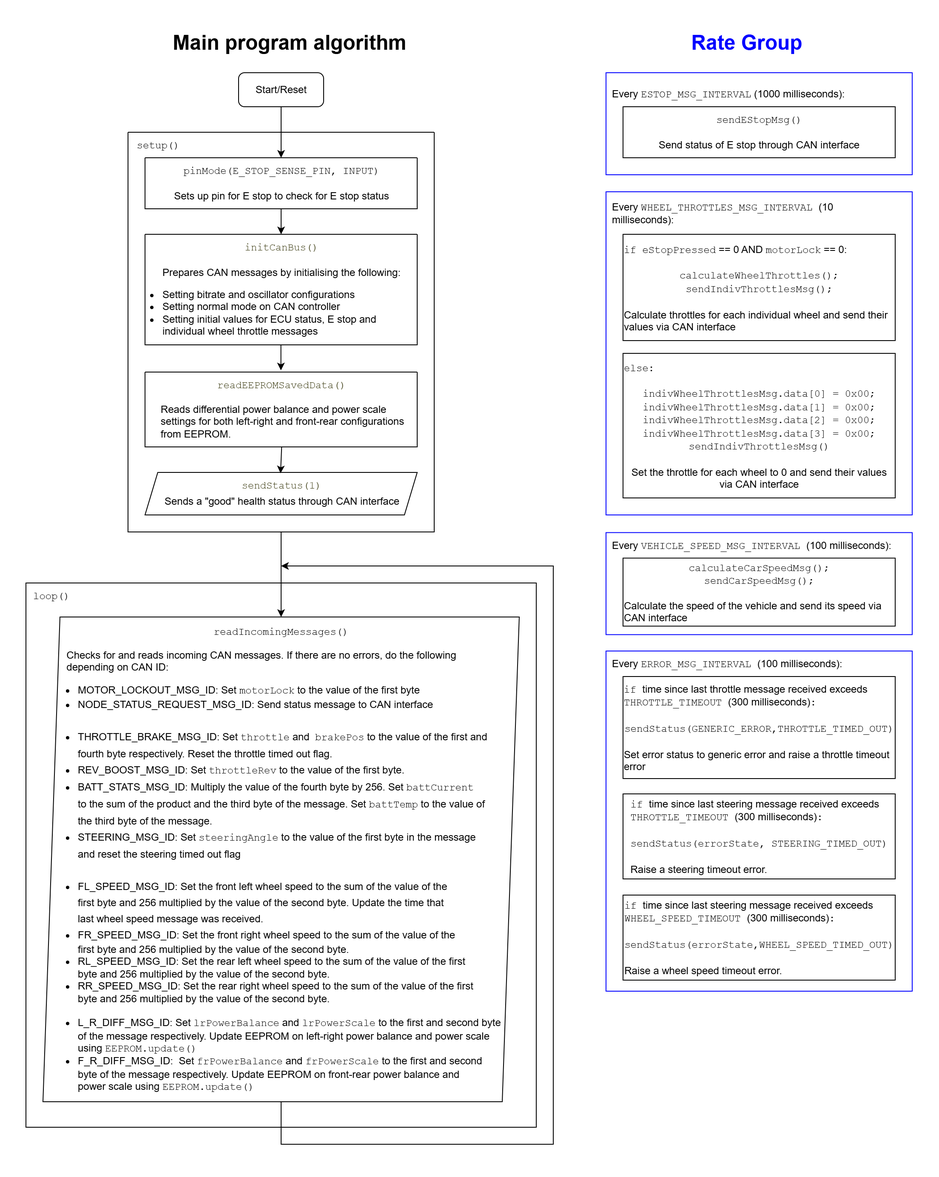
The draw.io diagram docs/Explanations/img/EngineControlUnit.drawio.png in EV-Club-SUTD/evam-1-firmware, before a commit. Source tidied: cells renumbered, new cells last; positions are measured from the earlier drawing's top-left corner, leaving out a move shared by most shapes.
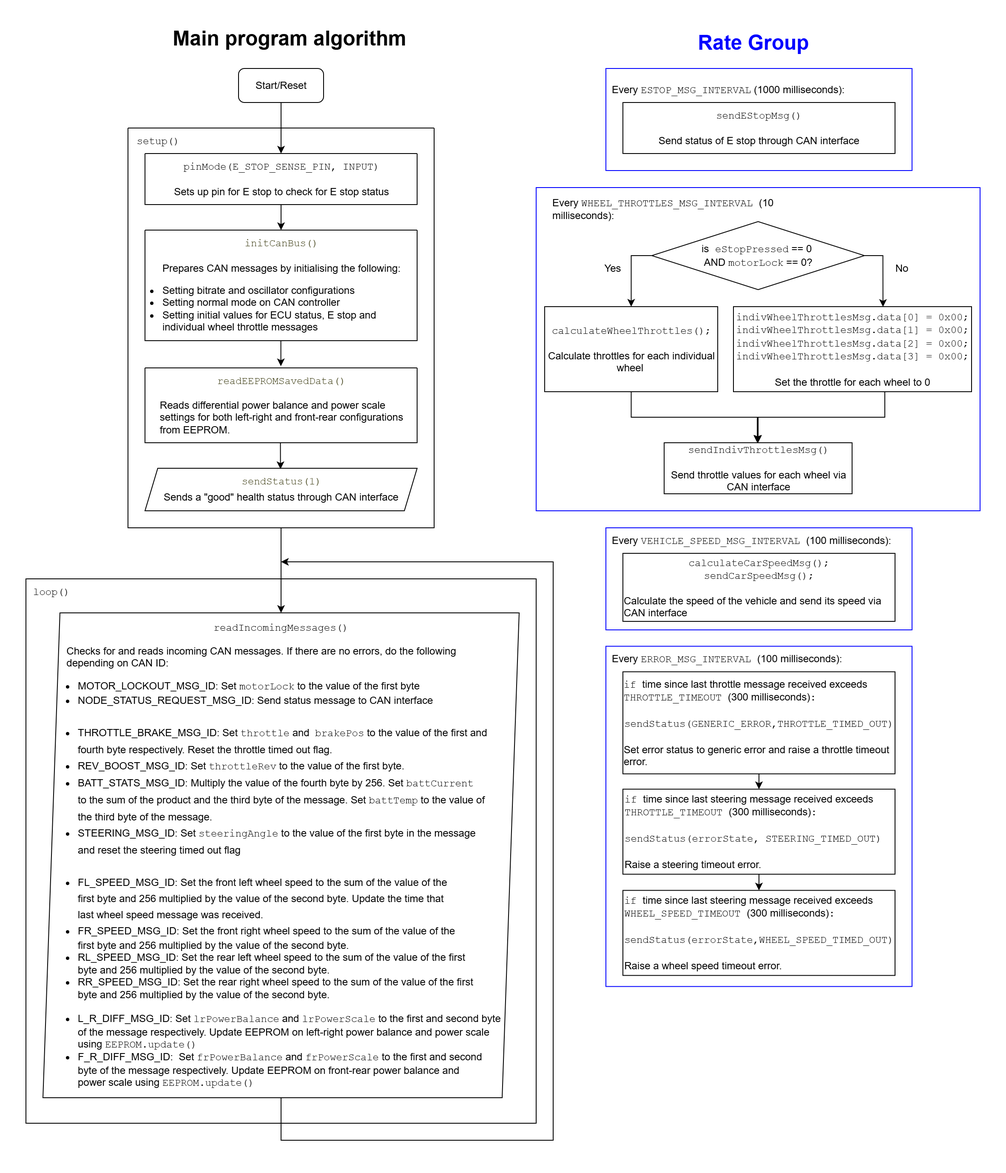
After the commit.

Commit message:
modified ECU flowchart

Change to the diagram source:
```diff
@@ -98,7 +98,7 @@
       <mxGeometry x="682" y="55" width="360" height="120" as="geometry" />
     </mxCell>
     <mxCell id="27" value="&lt;b&gt;&lt;font style=&quot;color: rgb(0, 0, 255); font-size: 24px;&quot;&gt;Rate Group&lt;/font&gt;&lt;/b&gt;" style="text;html=1;align=center;verticalAlign=middle;strokeColor=none;fillColor=none;" parent="1" vertex="1">
-      <mxGeometry x="772" width="150" height="40" as="geometry" />
+      <mxGeometry x="779.5" y="5" width="150" height="40" as="geometry" />
     </mxCell>
     <mxCell id="28" value="&lt;font face=&quot;Courier New&quot;&gt;sendEStopMsg()&lt;/font&gt;&lt;div&gt;&lt;br&gt;&lt;/div&gt;&lt;div&gt;Send status of E stop through CAN interface&lt;/div&gt;" style="rounded=0;whiteSpace=wrap;html=1;fillColor=none;" parent="1" vertex="1">
       <mxGeometry x="702" y="95" width="320" height="60" as="geometry" />
@@ -106,44 +106,84 @@
     <mxCell id="29" value="Every&amp;nbsp;&lt;font face=&quot;Courier New&quot;&gt;ESTOP_MSG_INTERVAL&lt;/font&gt; (1000 milliseconds):" style="text;html=1;align=left;verticalAlign=middle;whiteSpace=wrap;rounded=0;" parent="1" vertex="1">
       <mxGeometry x="687" y="65" width="310" height="30" as="geometry" />
     </mxCell>
-    <mxCell id="30" value="&lt;div style=&quot;&quot;&gt;&lt;br&gt;&lt;/div&gt;" style="rounded=0;whiteSpace=wrap;html=1;fillColor=none;strokeColor=light-dark(#0000FF,#0000FF);align=left;" parent="1" vertex="1">
-      <mxGeometry x="682" y="195" width="360" height="380" as="geometry" />
-    </mxCell>
-    <mxCell id="31" value="&lt;div style=&quot;text-align: left;&quot;&gt;&lt;font face=&quot;Courier New&quot;&gt;if eStopPressed&lt;/font&gt;&amp;nbsp;== 0 AND&amp;nbsp;&lt;font face=&quot;Courier New&quot;&gt;motorLock&lt;/font&gt;&amp;nbsp;== 0:&lt;font face=&quot;Courier New&quot;&gt;&lt;/font&gt;&lt;/div&gt;&lt;div&gt;&lt;font face=&quot;Courier New&quot;&gt;&lt;br&gt;&lt;/font&gt;&lt;/div&gt;&lt;div&gt;&lt;font face=&quot;Courier New&quot;&gt;calculateWheelThrottles();&lt;/font&gt;&lt;/div&gt;&lt;div&gt;&lt;font face=&quot;Courier New&quot;&gt;sendIndivThrottlesMsg();&lt;/font&gt;&lt;/div&gt;&lt;div&gt;&lt;font face=&quot;Courier New&quot;&gt;&lt;br&gt;&lt;/font&gt;&lt;/div&gt;&lt;div style=&quot;text-align: left;&quot;&gt;&lt;span style=&quot;background-color: transparent; color: light-dark(rgb(0, 0, 0), rgb(255, 255, 255));&quot;&gt;Calculate throttles for each individual wheel and send their values via CAN interface&lt;/span&gt;&lt;/div&gt;" style="rounded=0;whiteSpace=wrap;html=1;fillColor=none;" parent="1" vertex="1">
-      <mxGeometry x="702" y="245" width="320" height="125" as="geometry" />
-    </mxCell>
-    <mxCell id="32" value="Every &lt;font face=&quot;Courier New&quot;&gt;WHEEL_THROTTLES_MSG_INTERVAL&amp;nbsp;&lt;/font&gt;(10 milliseconds):&amp;nbsp;" style="text;html=1;align=left;verticalAlign=middle;whiteSpace=wrap;rounded=0;" parent="1" vertex="1">
-      <mxGeometry x="687" y="205" width="335" height="30" as="geometry" />
-    </mxCell>
-    <mxCell id="33" value="&lt;div style=&quot;text-align: left;&quot;&gt;&lt;span style=&quot;font-family: &amp;quot;Courier New&amp;quot;; background-color: transparent; color: light-dark(rgb(0, 0, 0), rgb(255, 255, 255));&quot;&gt;else:&lt;/span&gt;&lt;/div&gt;&lt;div style=&quot;text-align: left;&quot;&gt;&lt;font face=&quot;Courier New&quot;&gt;&lt;br&gt;&lt;/font&gt;&lt;/div&gt;&lt;div&gt;&lt;div style=&quot;&quot;&gt;&lt;font face=&quot;Courier New&quot;&gt;indivWheelThrottlesMsg.data[0] = 0x00;&lt;/font&gt;&lt;/div&gt;&lt;/div&gt;&lt;div style=&quot;&quot;&gt;&lt;span style=&quot;font-family: &amp;quot;Courier New&amp;quot;;&quot;&gt;indivWheelThrottlesMsg.data[1] = 0x00;&lt;/span&gt;&lt;font face=&quot;Courier New&quot;&gt;&lt;/font&gt;&lt;/div&gt;&lt;div style=&quot;&quot;&gt;&lt;span style=&quot;font-family: &amp;quot;Courier New&amp;quot;;&quot;&gt;indivWheelThrottlesMsg.data[2] = 0x00;&lt;/span&gt;&lt;span style=&quot;font-family: &amp;quot;Courier New&amp;quot;;&quot;&gt;&lt;/span&gt;&lt;/div&gt;&lt;div style=&quot;&quot;&gt;&lt;span style=&quot;font-family: &amp;quot;Courier New&amp;quot;;&quot;&gt;indivWheelThrottlesMsg.data[3] = 0x00;&lt;/span&gt;&lt;/div&gt;&lt;div style=&quot;&quot;&gt;&lt;font face=&quot;Courier New&quot;&gt;sendIndivThrottlesMsg()&lt;/font&gt;&lt;/div&gt;&lt;div style=&quot;&quot;&gt;&lt;font face=&quot;Courier New&quot;&gt;&lt;br&gt;&lt;/font&gt;&lt;/div&gt;&lt;div&gt;&lt;span style=&quot;background-color: transparent; color: light-dark(rgb(0, 0, 0), rgb(255, 255, 255));&quot;&gt;Set the throttle for each wheel to 0 and send their values via CAN interface&lt;/span&gt;&lt;/div&gt;" style="rounded=0;whiteSpace=wrap;html=1;fillColor=none;" parent="1" vertex="1">
-      <mxGeometry x="702" y="385" width="320" height="170" as="geometry" />
-    </mxCell>
     <mxCell id="34" value="&lt;div style=&quot;&quot;&gt;&lt;br&gt;&lt;/div&gt;" style="rounded=0;whiteSpace=wrap;html=1;fillColor=none;strokeColor=light-dark(#0000FF,#0000FF);align=left;" parent="1" vertex="1">
-      <mxGeometry x="682" y="595.8" width="360" height="120" as="geometry" />
+      <mxGeometry x="682" y="595" width="360" height="120" as="geometry" />
     </mxCell>
     <mxCell id="35" value="&lt;font face=&quot;Courier New&quot;&gt;calculateCarSpeedMsg();&lt;/font&gt;&lt;div&gt;&lt;font face=&quot;Courier New&quot;&gt;sendCarSpeedMsg();&lt;br&gt;&lt;/font&gt;&lt;div&gt;&lt;br&gt;&lt;/div&gt;&lt;div style=&quot;text-align: left;&quot;&gt;Calculate the speed of the vehicle and send its speed via CAN interface&lt;/div&gt;&lt;/div&gt;" style="rounded=0;whiteSpace=wrap;html=1;fillColor=none;" parent="1" vertex="1">
-      <mxGeometry x="702" y="625.8" width="320" height="80" as="geometry" />
+      <mxGeometry x="702" y="625" width="320" height="80" as="geometry" />
     </mxCell>
     <mxCell id="36" value="Every &lt;font face=&quot;Courier New&quot;&gt;VEHICLE_SPEED_MSG_INTERVAL&amp;nbsp;&lt;/font&gt;(100 milliseconds):" style="text;html=1;align=left;verticalAlign=middle;whiteSpace=wrap;rounded=0;" parent="1" vertex="1">
-      <mxGeometry x="687" y="595.8" width="345" height="30" as="geometry" />
+      <mxGeometry x="687" y="595" width="345" height="30" as="geometry" />
     </mxCell>
     <mxCell id="37" value="&lt;div style=&quot;&quot;&gt;&lt;br&gt;&lt;/div&gt;" style="rounded=0;whiteSpace=wrap;html=1;fillColor=none;strokeColor=light-dark(#0000FF,#0000FF);align=left;" parent="1" vertex="1">
-      <mxGeometry x="682" y="735" width="360" height="400" as="geometry" />
+      <mxGeometry x="682" y="734.2" width="360" height="400" as="geometry" />
     </mxCell>
+    <mxCell id="43" style="edgeStyle=orthogonalEdgeStyle;rounded=0;jettySize=auto;html=1;exitX=0.5;exitY=1;exitDx=0;exitDy=0;entryX=0.5;entryY=0;entryDx=0;entryDy=0;" parent="1" edge="1" source="38" target="40">
+      <mxGeometry relative="1" as="geometry" />
+    </mxCell>
-    <mxCell id="38" value="&lt;div style=&quot;text-align: left;&quot;&gt;&lt;font face=&quot;Courier New&quot;&gt;if &lt;/font&gt;&lt;font face=&quot;Helvetica&quot;&gt;time since last throttle message received exceeds&amp;nbsp;&lt;/font&gt;&lt;/div&gt;&lt;div style=&quot;text-align: left;&quot;&gt;&lt;font face=&quot;Courier New&quot;&gt;THROTTLE_TIMEOUT &lt;/font&gt;&lt;font face=&quot;Helvetica&quot;&gt;(300 milliseconds)&lt;/font&gt;&lt;font face=&quot;Courier New&quot;&gt;:&lt;/font&gt;&lt;font face=&quot;Courier New&quot;&gt;&lt;/font&gt;&lt;/div&gt;&lt;div&gt;&lt;font face=&quot;Courier New&quot;&gt;&lt;br&gt;&lt;/font&gt;&lt;/div&gt;&lt;div&gt;&lt;font face=&quot;Courier New&quot;&gt;sendStatus(GENERIC_ERROR,THROTTLE_TIMED_OUT)&lt;/font&gt;&lt;/div&gt;&lt;div&gt;&lt;font face=&quot;Courier New&quot;&gt;&lt;br&gt;&lt;/font&gt;&lt;/div&gt;&lt;div style=&quot;text-align: left;&quot;&gt;&lt;span style=&quot;background-color: transparent; color: light-dark(rgb(0, 0, 0), rgb(255, 255, 255));&quot;&gt;Set error status to generic error and raise a throttle timeout error&lt;/span&gt;&lt;/div&gt;" style="rounded=0;whiteSpace=wrap;html=1;fillColor=none;" parent="1" vertex="1">
-      <mxGeometry x="702" y="765" width="320" height="120" as="geometry" />
+    <mxCell id="38" value="&lt;div style=&quot;text-align: left;&quot;&gt;&lt;font face=&quot;Courier New&quot;&gt;if &lt;/font&gt;&lt;font face=&quot;Helvetica&quot;&gt;time since last throttle message received exceeds&amp;nbsp;&lt;/font&gt;&lt;/div&gt;&lt;div style=&quot;text-align: left;&quot;&gt;&lt;font face=&quot;Courier New&quot;&gt;THROTTLE_TIMEOUT &lt;/font&gt;&lt;font face=&quot;Helvetica&quot;&gt;(300 milliseconds)&lt;/font&gt;&lt;font face=&quot;Courier New&quot;&gt;:&lt;/font&gt;&lt;font face=&quot;Courier New&quot;&gt;&lt;/font&gt;&lt;/div&gt;&lt;div&gt;&lt;font face=&quot;Courier New&quot;&gt;&lt;br&gt;&lt;/font&gt;&lt;/div&gt;&lt;div&gt;&lt;font face=&quot;Courier New&quot;&gt;sendStatus(GENERIC_ERROR,THROTTLE_TIMED_OUT)&lt;/font&gt;&lt;/div&gt;&lt;div&gt;&lt;font face=&quot;Courier New&quot;&gt;&lt;br&gt;&lt;/font&gt;&lt;/div&gt;&lt;div style=&quot;text-align: left;&quot;&gt;&lt;span style=&quot;background-color: transparent; color: light-dark(rgb(0, 0, 0), rgb(255, 255, 255));&quot;&gt;Set error status to generic error and raise a throttle timeout error.&lt;/span&gt;&lt;/div&gt;" style="rounded=0;whiteSpace=wrap;html=1;fillColor=none;" parent="1" vertex="1">
+      <mxGeometry x="702" y="764.2" width="320" height="120" as="geometry" />
     </mxCell>
     <mxCell id="39" value="Every&amp;nbsp;&lt;font face=&quot;Courier New&quot;&gt;ERROR_MSG_INTERVAL&amp;nbsp;&lt;/font&gt;(100 milliseconds):&amp;nbsp;" style="text;html=1;align=left;verticalAlign=middle;whiteSpace=wrap;rounded=0;" parent="1" vertex="1">
-      <mxGeometry x="687" y="735" width="335" height="30" as="geometry" />
+      <mxGeometry x="687" y="734.2" width="335" height="30" as="geometry" />
     </mxCell>
+    <mxCell id="44" style="edgeStyle=orthogonalEdgeStyle;rounded=0;jettySize=auto;html=1;exitX=0.5;exitY=1;exitDx=0;exitDy=0;entryX=0.5;entryY=0;entryDx=0;entryDy=0;" parent="1" edge="1" source="40" target="41">
+      <mxGeometry relative="1" as="geometry" />
+    </mxCell>
-    <mxCell id="40" value="&lt;div style=&quot;text-align: left;&quot;&gt;&lt;div&gt;&lt;font face=&quot;Courier New&quot;&gt;if&amp;nbsp;&lt;/font&gt;&lt;font face=&quot;Helvetica&quot;&gt;time since last steering message received exceeds&amp;nbsp;&lt;/font&gt;&lt;/div&gt;&lt;div&gt;&lt;font face=&quot;Courier New&quot;&gt;THROTTLE_TIMEOUT&amp;nbsp;&lt;/font&gt;&lt;font face=&quot;Helvetica&quot;&gt;(300 milliseconds)&lt;/font&gt;&lt;font face=&quot;Courier New&quot;&gt;:&lt;/font&gt;&lt;font face=&quot;Courier New&quot;&gt;&lt;/font&gt;&lt;/div&gt;&lt;div style=&quot;text-align: center;&quot;&gt;&lt;font face=&quot;Courier New&quot;&gt;&lt;br&gt;&lt;/font&gt;&lt;/div&gt;&lt;div style=&quot;text-align: center;&quot;&gt;&lt;font face=&quot;Courier New&quot;&gt;sendStatus(errorState, STEERING_TIMED_OUT)&lt;/font&gt;&lt;/div&gt;&lt;div style=&quot;text-align: center;&quot;&gt;&lt;font face=&quot;Courier New&quot;&gt;&lt;br&gt;&lt;/font&gt;&lt;/div&gt;&lt;div&gt;&lt;span style=&quot;background-color: transparent; color: light-dark(rgb(0, 0, 0), rgb(255, 255, 255));&quot;&gt;Raise a steering timeout error.&lt;/span&gt;&lt;/div&gt;&lt;/div&gt;" style="rounded=0;whiteSpace=wrap;html=1;fillColor=none;" parent="1" vertex="1">
-      <mxGeometry x="702" y="903" width="320" height="100" as="geometry" />
+    <mxCell id="40" value="&lt;div style=&quot;&quot;&gt;&lt;div&gt;&lt;font face=&quot;Courier New&quot;&gt;if&amp;nbsp;&lt;/font&gt;&lt;font face=&quot;Helvetica&quot;&gt;time since last steering message received exceeds&amp;nbsp;&lt;/font&gt;&lt;/div&gt;&lt;div&gt;&lt;font face=&quot;Courier New&quot;&gt;THROTTLE_TIMEOUT&amp;nbsp;&lt;/font&gt;&lt;font face=&quot;Helvetica&quot;&gt;(300 milliseconds)&lt;/font&gt;&lt;font face=&quot;Courier New&quot;&gt;:&lt;/font&gt;&lt;font face=&quot;Courier New&quot;&gt;&lt;/font&gt;&lt;/div&gt;&lt;div style=&quot;&quot;&gt;&lt;font face=&quot;Courier New&quot;&gt;&lt;br&gt;&lt;/font&gt;&lt;/div&gt;&lt;div style=&quot;&quot;&gt;&lt;font face=&quot;Courier New&quot;&gt;sendStatus(errorState, STEERING_TIMED_OUT)&lt;/font&gt;&lt;/div&gt;&lt;div style=&quot;&quot;&gt;&lt;font face=&quot;Courier New&quot;&gt;&lt;br&gt;&lt;/font&gt;&lt;/div&gt;&lt;div&gt;&lt;span style=&quot;background-color: transparent; color: light-dark(rgb(0, 0, 0), rgb(255, 255, 255));&quot;&gt;Raise a steering timeout error.&lt;/span&gt;&lt;/div&gt;&lt;/div&gt;" style="rounded=0;whiteSpace=wrap;html=1;fillColor=none;align=left;" parent="1" vertex="1">
+      <mxGeometry x="702" y="902.2" width="320" height="100" as="geometry" />
     </mxCell>
     <mxCell id="41" value="&lt;div style=&quot;text-align: left;&quot;&gt;&lt;div&gt;&lt;font face=&quot;Courier New&quot;&gt;if&amp;nbsp;&lt;/font&gt;&lt;font face=&quot;Helvetica&quot;&gt;time since last steering message received exceeds&amp;nbsp;&lt;/font&gt;&lt;/div&gt;&lt;div&gt;&lt;span style=&quot;background-color: transparent;&quot;&gt;&lt;font face=&quot;Courier New&quot;&gt;WHEEL_SPEED_TIMEOUT&amp;nbsp;&lt;/font&gt;&lt;/span&gt;&lt;font face=&quot;Helvetica&quot;&gt;(300 milliseconds)&lt;/font&gt;&lt;font face=&quot;Courier New&quot;&gt;:&lt;/font&gt;&lt;font face=&quot;Courier New&quot;&gt;&lt;/font&gt;&lt;/div&gt;&lt;div style=&quot;text-align: center;&quot;&gt;&lt;font face=&quot;Courier New&quot;&gt;&lt;br&gt;&lt;/font&gt;&lt;/div&gt;&lt;div style=&quot;text-align: center;&quot;&gt;&lt;font face=&quot;Courier New&quot;&gt;sendStatus(errorState,WHEEL_SPEED_TIMED_OUT)&lt;/font&gt;&lt;/div&gt;&lt;div style=&quot;text-align: center;&quot;&gt;&lt;font face=&quot;Courier New&quot;&gt;&lt;br&gt;&lt;/font&gt;&lt;/div&gt;&lt;div&gt;&lt;span style=&quot;background-color: transparent; color: light-dark(rgb(0, 0, 0), rgb(255, 255, 255));&quot;&gt;Raise a wheel speed timeout error.&lt;/span&gt;&lt;/div&gt;&lt;/div&gt;" style="rounded=0;whiteSpace=wrap;html=1;fillColor=none;" parent="1" vertex="1">
-      <mxGeometry x="702" y="1022" width="320" height="100" as="geometry" />
+      <mxGeometry x="702" y="1021.2" width="320" height="100" as="geometry" />
     </mxCell>
     <mxCell id="42" value="&lt;b&gt;&lt;font style=&quot;font-size: 24px;&quot;&gt;Main program algorithm&lt;/font&gt;&lt;/b&gt;" style="text;html=1;align=center;verticalAlign=middle;whiteSpace=wrap;rounded=0;" parent="1" vertex="1">
       <mxGeometry x="170" y="5" width="280" height="30" as="geometry" />
     </mxCell>
+    <mxCell id="45" style="group;" parent="1" vertex="1">
+      <mxGeometry x="600" y="195" width="522" height="380" as="geometry" />
+    </mxCell>
+    <mxCell id="30" value="&lt;div style=&quot;&quot;&gt;&lt;br&gt;&lt;/div&gt;" style="rounded=0;whiteSpace=wrap;html=1;fillColor=none;strokeColor=light-dark(#0000FF,#0000FF);align=left;" parent="45" vertex="1">
+      <mxGeometry width="522" height="380" as="geometry" />
+    </mxCell>
+    <mxCell id="46" style="edgeStyle=orthogonalEdgeStyle;rounded=0;jettySize=auto;html=1;exitX=0.5;exitY=1;exitDx=0;exitDy=0;entryX=0.5;entryY=0;entryDx=0;entryDy=0;" parent="45" edge="1" source="31" target="53">
+      <mxGeometry relative="1" as="geometry" />
+    </mxCell>
+    <mxCell id="31" value="&lt;div&gt;&lt;span style=&quot;font-family: &amp;quot;Courier New&amp;quot;; background-color: transparent; color: light-dark(rgb(0, 0, 0), rgb(255, 255, 255));&quot;&gt;calculateWheelThrottles();&lt;/span&gt;&lt;/div&gt;&lt;div&gt;&lt;br&gt;&lt;/div&gt;&lt;div style=&quot;&quot;&gt;&lt;span style=&quot;background-color: transparent; color: light-dark(rgb(0, 0, 0), rgb(255, 255, 255));&quot;&gt;Calculate throttles for each individual wheel&amp;nbsp;&lt;/span&gt;&lt;/div&gt;" style="rounded=0;whiteSpace=wrap;html=1;fillColor=none;" parent="45" vertex="1">
+      <mxGeometry x="10" y="140" width="203.5" height="100" as="geometry" />
+    </mxCell>
+    <mxCell id="32" value="Every &lt;font face=&quot;Courier New&quot;&gt;WHEEL_THROTTLES_MSG_INTERVAL&amp;nbsp;&lt;/font&gt;(10 milliseconds):&amp;nbsp;" style="text;html=1;align=left;verticalAlign=middle;whiteSpace=wrap;rounded=0;" parent="45" vertex="1">
+      <mxGeometry x="17" y="10" width="335" height="30" as="geometry" />
+    </mxCell>
+    <mxCell id="47" style="edgeStyle=orthogonalEdgeStyle;rounded=0;jettySize=auto;html=1;exitX=0.5;exitY=1;exitDx=0;exitDy=0;" parent="45" edge="1" source="33">
+      <mxGeometry relative="1" as="geometry">
+        <mxPoint x="260" y="300" as="targetPoint" />
+        <Array as="points">
+          <mxPoint x="410" y="240" />
+          <mxPoint x="410" y="270" />
+          <mxPoint x="260" y="270" />
+        </Array>
+      </mxGeometry>
+    </mxCell>
+    <mxCell id="33" value="&lt;div style=&quot;text-align: left;&quot;&gt;&lt;span style=&quot;font-family: &amp;quot;Courier New&amp;quot;; background-color: transparent; color: light-dark(rgb(0, 0, 0), rgb(255, 255, 255)); text-align: center;&quot;&gt;indivWheelThrottlesMsg.data[0] = 0x00;&lt;/span&gt;&lt;/div&gt;&lt;div style=&quot;&quot;&gt;&lt;span style=&quot;font-family: &amp;quot;Courier New&amp;quot;;&quot;&gt;indivWheelThrottlesMsg.data[1] = 0x00;&lt;/span&gt;&lt;font face=&quot;Courier New&quot;&gt;&lt;/font&gt;&lt;/div&gt;&lt;div style=&quot;&quot;&gt;&lt;span style=&quot;font-family: &amp;quot;Courier New&amp;quot;;&quot;&gt;indivWheelThrottlesMsg.data[2] = 0x00;&lt;/span&gt;&lt;span style=&quot;font-family: &amp;quot;Courier New&amp;quot;;&quot;&gt;&lt;/span&gt;&lt;/div&gt;&lt;div style=&quot;&quot;&gt;&lt;span style=&quot;font-family: &amp;quot;Courier New&amp;quot;;&quot;&gt;indivWheelThrottlesMsg.data[3] = 0x00;&lt;/span&gt;&lt;/div&gt;&lt;div style=&quot;&quot;&gt;&lt;font face=&quot;Courier New&quot;&gt;&lt;br&gt;&lt;/font&gt;&lt;/div&gt;&lt;div&gt;&lt;span style=&quot;background-color: transparent; color: light-dark(rgb(0, 0, 0), rgb(255, 255, 255));&quot;&gt;Set the throttle for each wheel to 0&lt;/span&gt;&lt;/div&gt;" style="rounded=0;whiteSpace=wrap;html=1;fillColor=none;" parent="45" vertex="1">
+      <mxGeometry x="232" y="140" width="280" height="100" as="geometry" />
+    </mxCell>
+    <mxCell id="48" style="edgeStyle=orthogonalEdgeStyle;rounded=0;jettySize=auto;html=1;exitX=0;exitY=0.5;exitDx=0;exitDy=0;entryX=0.5;entryY=0;entryDx=0;entryDy=0;" parent="45" edge="1" source="49" target="31">
+      <mxGeometry relative="1" as="geometry" />
+    </mxCell>
+    <mxCell id="49" value="&lt;font face=&quot;Helvetica&quot; style=&quot;text-align: left;&quot;&gt;is&lt;/font&gt;&lt;font style=&quot;text-align: left;&quot; face=&quot;Courier New&quot;&gt; eStopPressed&lt;/font&gt;&lt;span style=&quot;text-align: left;&quot;&gt;&amp;nbsp;== 0&amp;nbsp;&lt;/span&gt;&lt;div&gt;&lt;span style=&quot;text-align: left;&quot;&gt;AND&amp;nbsp;&lt;/span&gt;&lt;font style=&quot;text-align: left;&quot; face=&quot;Courier New&quot;&gt;motorLock&lt;/font&gt;&lt;span style=&quot;text-align: left;&quot;&gt;&amp;nbsp;== 0?&lt;/span&gt;&lt;/div&gt;" style="rhombus;whiteSpace=wrap;html=1;fillColor=none;" parent="45" vertex="1">
+      <mxGeometry x="136" y="40" width="250" height="80" as="geometry" />
+    </mxCell>
+    <mxCell id="50" value="Yes" style="text;html=1;align=center;verticalAlign=middle;whiteSpace=wrap;rounded=0;" parent="45" vertex="1">
+      <mxGeometry x="60" y="80" width="60" height="30" as="geometry" />
+    </mxCell>
+    <mxCell id="51" value="No" style="text;html=1;align=center;verticalAlign=middle;whiteSpace=wrap;rounded=0;" parent="45" vertex="1">
+      <mxGeometry x="400" y="80" width="60" height="30" as="geometry" />
+    </mxCell>
+    <mxCell id="52" style="edgeStyle=orthogonalEdgeStyle;rounded=0;jettySize=auto;html=1;exitX=1;exitY=0.5;exitDx=0;exitDy=0;entryX=0.628;entryY=0.002;entryDx=0;entryDy=0;entryPerimeter=0;" parent="45" edge="1" source="49" target="33">
+      <mxGeometry relative="1" as="geometry" />
+    </mxCell>
+    <mxCell id="53" value="&lt;font face=&quot;Courier New&quot;&gt;sendIndivThrottlesMsg()&lt;/font&gt;&lt;div&gt;&lt;br&gt;&lt;/div&gt;&lt;div&gt;Send throttle values for each wheel via CAN interface&lt;/div&gt;" style="rounded=0;whiteSpace=wrap;html=1;fillColor=none;" parent="45" vertex="1">
+      <mxGeometry x="150.5" y="300" width="221" height="60" as="geometry" />
+    </mxCell>
   </root>
 </mxGraphModel>
```
